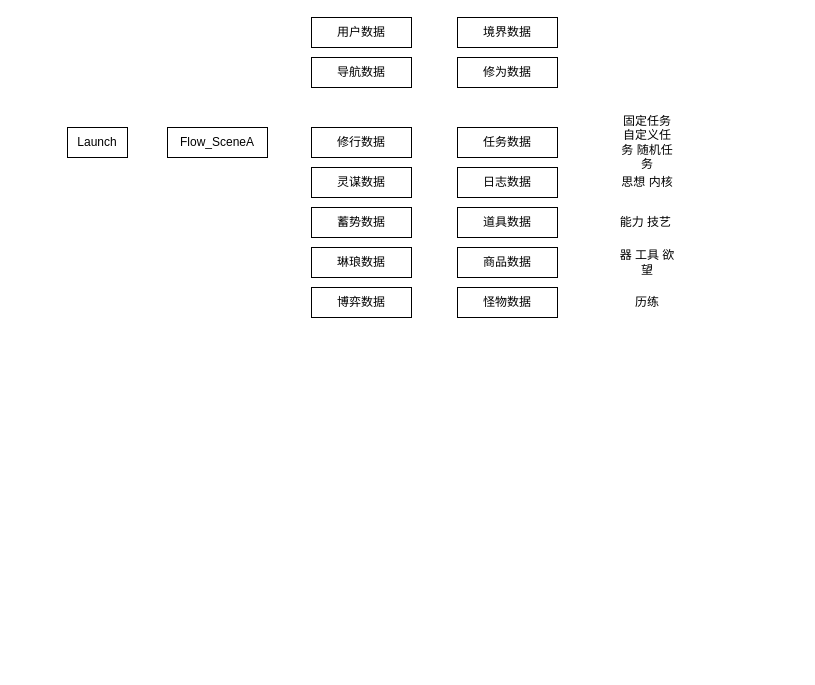
Above: Assets/LazyPan/修行手册项目结构图.drawio in WH961230/DesireStore (draw.io), before the change. Source tidied: cells renumbered, new cells numbered last; positions are measured from the earlier drawing's top-left corner, leaving out a move shared by most shapes. Both pictures are drawn from the tidied source at 100%, with x=0, y=0 at pixel (67, 17).
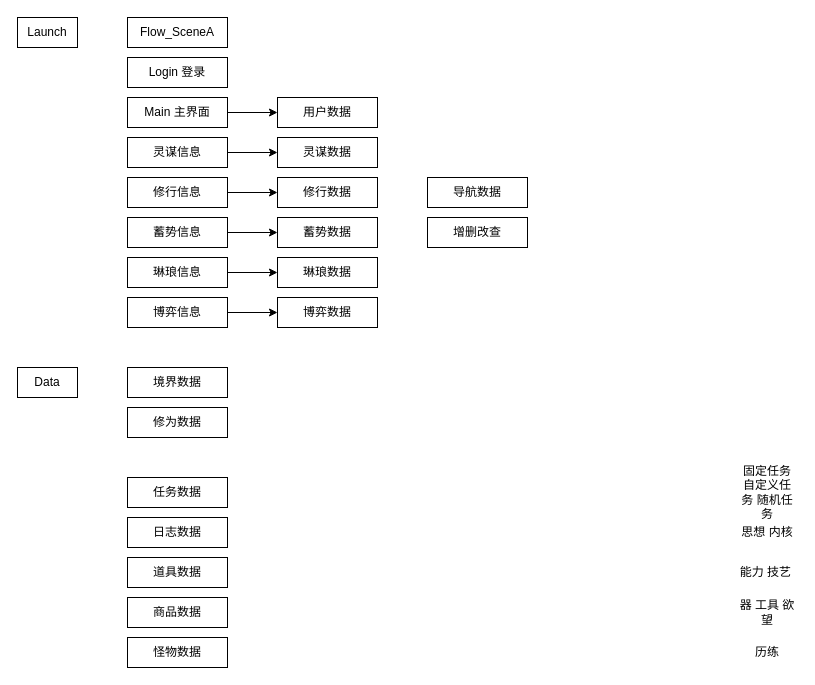
After the change.

The edit, as a diff of the source:
```diff
@@
     <mxCell id="2" value="Launch" style="rounded=0;whiteSpace=wrap;html=1;" parent="1" vertex="1">
-      <mxGeometry y="110" width="60" height="30" as="geometry" />
+      <mxGeometry x="-50" width="60" height="30" as="geometry" />
     </mxCell>
     <mxCell id="3" value="用户数据" style="rounded=0;whiteSpace=wrap;html=1;" parent="1" vertex="1">
-      <mxGeometry x="244" width="100" height="30" as="geometry" />
+      <mxGeometry x="210" y="80" width="100" height="30" as="geometry" />
     </mxCell>
     <mxCell id="4" value="Flow_SceneA" style="rounded=0;whiteSpace=wrap;html=1;" parent="1" vertex="1">
-      <mxGeometry x="100" y="110" width="100" height="30" as="geometry" />
+      <mxGeometry x="60" width="100" height="30" as="geometry" />
     </mxCell>
     <mxCell id="5" value="导航数据" style="rounded=0;whiteSpace=wrap;html=1;" parent="1" vertex="1">
-      <mxGeometry x="244" y="40" width="100" height="30" as="geometry" />
+      <mxGeometry x="360" y="160" width="100" height="30" as="geometry" />
     </mxCell>
     <mxCell id="6" value="修行数据" style="rounded=0;whiteSpace=wrap;html=1;" parent="1" vertex="1">
-      <mxGeometry x="244" y="110" width="100" height="30" as="geometry" />
+      <mxGeometry x="210" y="160" width="100" height="30" as="geometry" />
     </mxCell>
     <mxCell id="7" value="灵谋数据" style="rounded=0;whiteSpace=wrap;html=1;" parent="1" vertex="1">
-      <mxGeometry x="244" y="150" width="100" height="30" as="geometry" />
+      <mxGeometry x="210" y="120" width="100" height="30" as="geometry" />
     </mxCell>
     <mxCell id="8" value="蓄势数据" style="rounded=0;whiteSpace=wrap;html=1;" parent="1" vertex="1">
-      <mxGeometry x="244" y="190" width="100" height="30" as="geometry" />
+      <mxGeometry x="210" y="200" width="100" height="30" as="geometry" />
     </mxCell>
     <mxCell id="9" value="琳琅数据" style="rounded=0;whiteSpace=wrap;html=1;" parent="1" vertex="1">
-      <mxGeometry x="244" y="230" width="100" height="30" as="geometry" />
+      <mxGeometry x="210" y="240" width="100" height="30" as="geometry" />
     </mxCell>
     <mxCell id="10" value="博弈数据" style="rounded=0;whiteSpace=wrap;html=1;" parent="1" vertex="1">
-      <mxGeometry x="244" y="270" width="100" height="30" as="geometry" />
+      <mxGeometry x="210" y="280" width="100" height="30" as="geometry" />
     </mxCell>
     <mxCell id="11" value="任务数据" style="rounded=0;whiteSpace=wrap;html=1;" parent="1" vertex="1">
-      <mxGeometry x="390" y="110" width="100" height="30" as="geometry" />
+      <mxGeometry x="60" y="460" width="100" height="30" as="geometry" />
     </mxCell>
     <mxCell id="12" value="日志数据" style="rounded=0;whiteSpace=wrap;html=1;" parent="1" vertex="1">
-      <mxGeometry x="390" y="150" width="100" height="30" as="geometry" />
+      <mxGeometry x="60" y="500" width="100" height="30" as="geometry" />
     </mxCell>
     <mxCell id="13" value="道具数据" style="rounded=0;whiteSpace=wrap;html=1;" parent="1" vertex="1">
-      <mxGeometry x="390" y="190" width="100" height="30" as="geometry" />
+      <mxGeometry x="60" y="540" width="100" height="30" as="geometry" />
     </mxCell>
     <mxCell id="14" value="商品数据" style="rounded=0;whiteSpace=wrap;html=1;" parent="1" vertex="1">
-      <mxGeometry x="390" y="230" width="100" height="30" as="geometry" />
+      <mxGeometry x="60" y="580" width="100" height="30" as="geometry" />
     </mxCell>
     <mxCell id="15" value="怪物数据" style="rounded=0;whiteSpace=wrap;html=1;" parent="1" vertex="1">
-      <mxGeometry x="390" y="270" width="100" height="30" as="geometry" />
+      <mxGeometry x="60" y="620" width="100" height="30" as="geometry" />
     </mxCell>
     <mxCell id="16" value="境界数据" style="rounded=0;whiteSpace=wrap;html=1;" parent="1" vertex="1">
-      <mxGeometry x="390" width="100" height="30" as="geometry" />
+      <mxGeometry x="60" y="350" width="100" height="30" as="geometry" />
     </mxCell>
     <mxCell id="17" value="修为数据" style="rounded=0;whiteSpace=wrap;html=1;" parent="1" vertex="1">
-      <mxGeometry x="390" y="40" width="100" height="30" as="geometry" />
+      <mxGeometry x="60" y="390" width="100" height="30" as="geometry" />
     </mxCell>
     <mxCell id="18" value="固定任务 自定义任务 随机任务" style="text;html=1;align=center;verticalAlign=middle;whiteSpace=wrap;rounded=0;" parent="1" vertex="1">
-      <mxGeometry x="550" y="110" width="60" height="30" as="geometry" />
+      <mxGeometry x="670" y="460" width="60" height="30" as="geometry" />
     </mxCell>
     <mxCell id="19" value="思想 内核" style="text;html=1;align=center;verticalAlign=middle;whiteSpace=wrap;rounded=0;" parent="1" vertex="1">
-      <mxGeometry x="550" y="150" width="60" height="30" as="geometry" />
+      <mxGeometry x="670" y="500" width="60" height="30" as="geometry" />
     </mxCell>
     <mxCell id="20" value="能力 技艺&amp;nbsp;" style="text;html=1;align=center;verticalAlign=middle;whiteSpace=wrap;rounded=0;" parent="1" vertex="1">
-      <mxGeometry x="550" y="190" width="60" height="30" as="geometry" />
+      <mxGeometry x="670" y="540" width="60" height="30" as="geometry" />
     </mxCell>
     <mxCell id="21" value="器 工具 欲望" style="text;html=1;align=center;verticalAlign=middle;whiteSpace=wrap;rounded=0;" parent="1" vertex="1">
-      <mxGeometry x="550" y="230" width="60" height="30" as="geometry" />
+      <mxGeometry x="670" y="580" width="60" height="30" as="geometry" />
     </mxCell>
     <mxCell id="22" value="历练" style="text;html=1;align=center;verticalAlign=middle;whiteSpace=wrap;rounded=0;" parent="1" vertex="1">
-      <mxGeometry x="550" y="270" width="60" height="30" as="geometry" />
+      <mxGeometry x="670" y="620" width="60" height="30" as="geometry" />
     </mxCell>
+    <mxCell id="23" value="增删改查" style="rounded=0;whiteSpace=wrap;html=1;" parent="1" vertex="1">
+      <mxGeometry x="360" y="200" width="100" height="30" as="geometry" />
+    </mxCell>
+    <mxCell id="24" value="Login 登录" style="rounded=0;whiteSpace=wrap;html=1;" parent="1" vertex="1">
+      <mxGeometry x="60" y="40" width="100" height="30" as="geometry" />
+    </mxCell>
+    <mxCell id="25" style="edgeStyle=orthogonalEdgeStyle;rounded=0;jettySize=auto;html=1;" parent="1" edge="1" source="26" target="3">
+      <mxGeometry relative="1" as="geometry" />
+    </mxCell>
+    <mxCell id="26" value="Main 主界面" style="rounded=0;whiteSpace=wrap;html=1;" parent="1" vertex="1">
+      <mxGeometry x="60" y="80" width="100" height="30" as="geometry" />
+    </mxCell>
+    <mxCell id="27" style="edgeStyle=orthogonalEdgeStyle;rounded=0;jettySize=auto;html=1;" parent="1" edge="1" source="28" target="7">
+      <mxGeometry relative="1" as="geometry" />
+    </mxCell>
+    <mxCell id="28" value="灵谋信息" style="rounded=0;whiteSpace=wrap;html=1;" parent="1" vertex="1">
+      <mxGeometry x="60" y="120" width="100" height="30" as="geometry" />
+    </mxCell>
+    <mxCell id="29" style="edgeStyle=orthogonalEdgeStyle;rounded=0;jettySize=auto;html=1;" parent="1" edge="1" source="30" target="6">
+      <mxGeometry relative="1" as="geometry" />
+    </mxCell>
+    <mxCell id="30" value="修行信息" style="rounded=0;whiteSpace=wrap;html=1;" parent="1" vertex="1">
+      <mxGeometry x="60" y="160" width="100" height="30" as="geometry" />
+    </mxCell>
+    <mxCell id="31" style="edgeStyle=orthogonalEdgeStyle;rounded=0;jettySize=auto;html=1;" parent="1" edge="1" source="32" target="8">
+      <mxGeometry relative="1" as="geometry" />
+    </mxCell>
+    <mxCell id="32" value="蓄势信息" style="rounded=0;whiteSpace=wrap;html=1;" parent="1" vertex="1">
+      <mxGeometry x="60" y="200" width="100" height="30" as="geometry" />
+    </mxCell>
+    <mxCell id="33" style="edgeStyle=orthogonalEdgeStyle;rounded=0;jettySize=auto;html=1;" parent="1" edge="1" source="34" target="9">
+      <mxGeometry relative="1" as="geometry" />
+    </mxCell>
+    <mxCell id="34" value="琳琅信息" style="rounded=0;whiteSpace=wrap;html=1;" parent="1" vertex="1">
+      <mxGeometry x="60" y="240" width="100" height="30" as="geometry" />
+    </mxCell>
+    <mxCell id="35" style="edgeStyle=orthogonalEdgeStyle;rounded=0;jettySize=auto;html=1;" parent="1" edge="1" source="36" target="10">
+      <mxGeometry relative="1" as="geometry" />
+    </mxCell>
+    <mxCell id="36" value="博弈信息" style="rounded=0;whiteSpace=wrap;html=1;" parent="1" vertex="1">
+      <mxGeometry x="60" y="280" width="100" height="30" as="geometry" />
+    </mxCell>
+    <mxCell id="37" value="Data" style="rounded=0;whiteSpace=wrap;html=1;" parent="1" vertex="1">
+      <mxGeometry x="-50" y="350" width="60" height="30" as="geometry" />
+    </mxCell>
```
